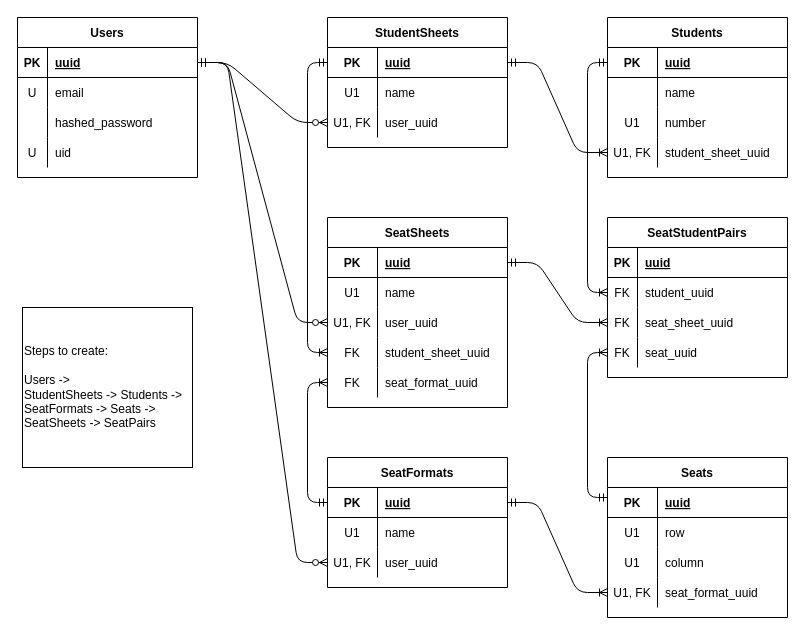
youngeek-0410/sekigae keeps this draw.io diagram as references/er.drawio. Above is the earlier version. Source tidied: cells renumbered, new cells numbered last; positions are measured from the earlier drawing's top-left corner, leaving out a move shared by most shapes. Both pictures are drawn from the tidied source at 100%, with x=0, y=0 at pixel (17, 17).
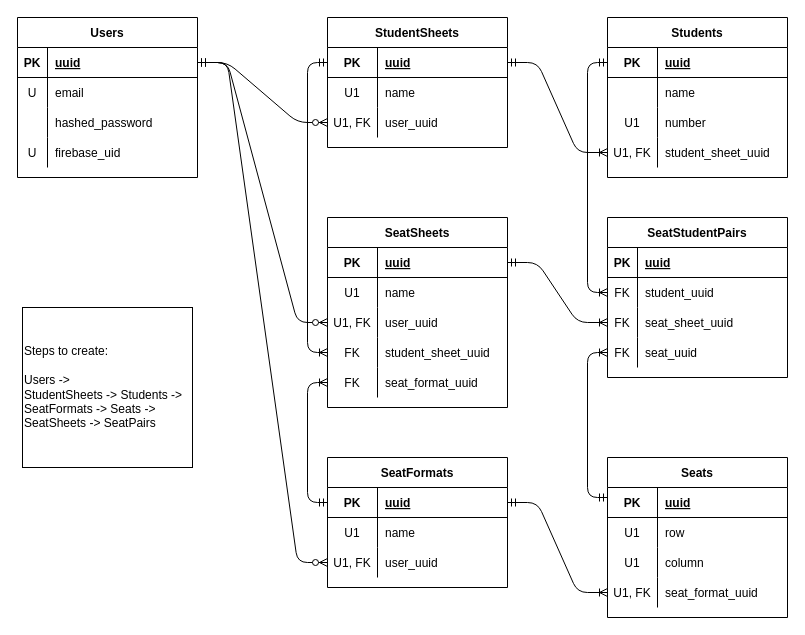
The same diagram, later.

Commit message (it also covers changes not shown here):
fix: uid -> firebase_uid #3

The change refers to these unchanged cells:
```xml
<mxCell id="12" style="shape=partialRectangle;fillColor=none;top=0;left=0;bottom=0;right=0;" parent="2" vertex="1">
  <mxGeometry y="120" width="180" height="30" as="geometry" />
</mxCell>
```

The edit, as a diff of the source:
```diff
@@
-    <mxCell id="14" value="uid" style="shape=partialRectangle;fillColor=none;top=0;left=0;bottom=0;right=0;align=left;spacingLeft=6;overflow=hidden;" parent="12" vertex="1">
+    <mxCell id="14" value="firebase_uid" style="shape=partialRectangle;fillColor=none;top=0;left=0;bottom=0;right=0;align=left;spacingLeft=6;overflow=hidden;" parent="12" vertex="1">
       <mxGeometry x="30" width="150" height="30" as="geometry" />
     </mxCell>
```
